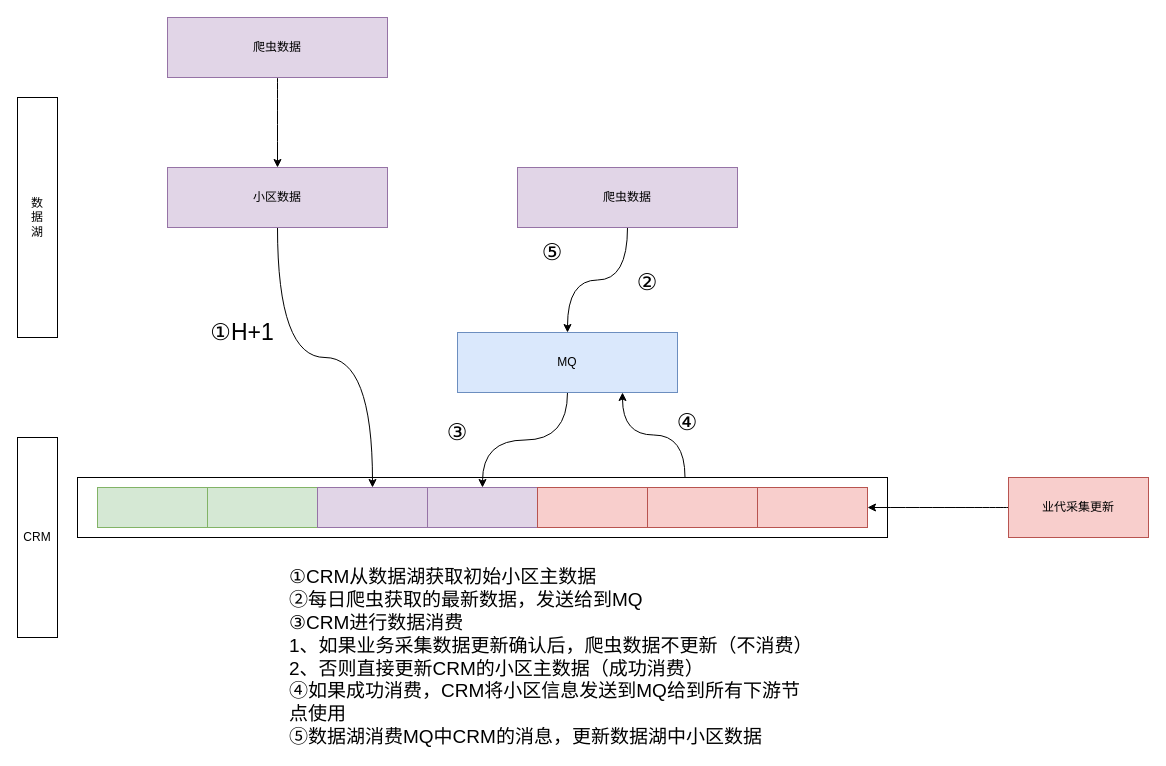
Above: 【0509】小区主数据交互.drawio in 18857545022/- (draw.io), before the change. Source tidied: cells renumbered, new cells numbered last; positions are measured from the earlier drawing's top-left corner, leaving out a move shared by most shapes. Both pictures are drawn from the tidied source at 100%, with x=0, y=0 at pixel (17, 17).
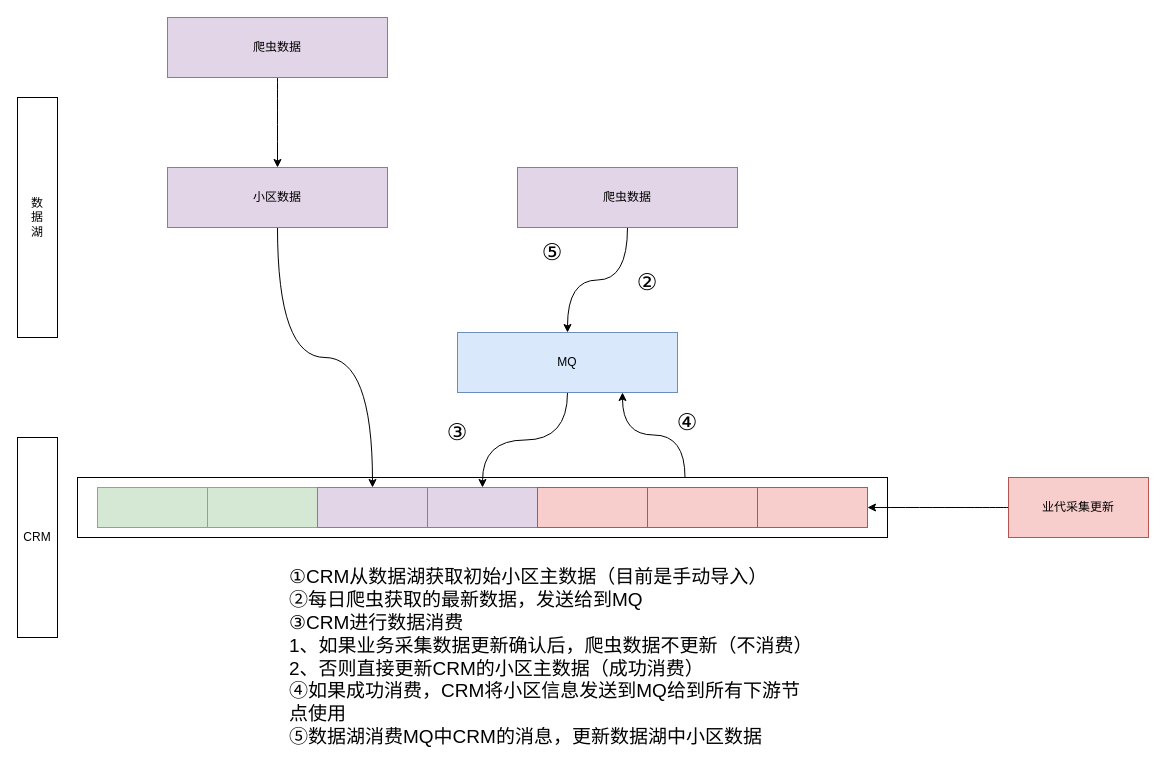
The same diagram, later.

Commit message:
更新【0509】小区主数据交互.drawio

Change to the diagram source:
```diff
@@
-    <mxCell id="21" value="&lt;font style=&quot;font-size: 19px;&quot;&gt;①CRM从数据湖获取初始小区主数据&lt;br&gt;②每日爬虫获取的最新数据，发送给到MQ&lt;br&gt;③CRM进行数据消费&lt;br&gt;1、如果业务采集数据更新确认后，爬虫数据不更新（不消费）&lt;br&gt;&lt;/font&gt;&lt;div style=&quot;font-size: 19px;&quot;&gt;&lt;span style=&quot;background-color: initial;&quot;&gt;&lt;font style=&quot;font-size: 19px;&quot;&gt;2、否则直接更新CRM的小区主数据（成功消费）&lt;br&gt;④如果成功消费，CRM将小区信息发送到MQ给到所有下游节点使用&lt;br&gt;⑤数据湖消费MQ中CRM的消息，更新数据湖中小区数据&lt;/font&gt;&lt;/span&gt;&lt;/div&gt;" style="text;html=1;align=left;verticalAlign=middle;whiteSpace=wrap;rounded=0;" parent="1" vertex="1">
+    <mxCell id="21" value="&lt;font style=&quot;font-size: 19px;&quot;&gt;①CRM从数据湖获取初始小区主数据（目前是手动导入）&lt;br&gt;②每日爬虫获取的最新数据，发送给到MQ&lt;br&gt;③CRM进行数据消费&lt;br&gt;1、如果业务采集数据更新确认后，爬虫数据不更新（不消费）&lt;br&gt;&lt;/font&gt;&lt;div style=&quot;font-size: 19px;&quot;&gt;&lt;span style=&quot;background-color: initial;&quot;&gt;&lt;font style=&quot;font-size: 19px;&quot;&gt;2、否则直接更新CRM的小区主数据（成功消费）&lt;br&gt;④如果成功消费，CRM将小区信息发送到MQ给到所有下游节点使用&lt;br&gt;⑤数据湖消费MQ中CRM的消息，更新数据湖中小区数据&lt;/font&gt;&lt;/span&gt;&lt;/div&gt;" style="text;html=1;align=left;verticalAlign=middle;whiteSpace=wrap;rounded=0;" parent="1" vertex="1">
       <mxGeometry x="270" y="560" width="530" height="160" as="geometry" />
     </mxCell>
-    <mxCell id="22" value="&lt;font style=&quot;font-size: 23px;&quot;&gt;①H+1&lt;/font&gt;" style="text;html=1;align=center;verticalAlign=middle;whiteSpace=wrap;rounded=0;" parent="1" vertex="1">
-      <mxGeometry x="150" y="300" width="150" height="30" as="geometry" />
-    </mxCell>
```
